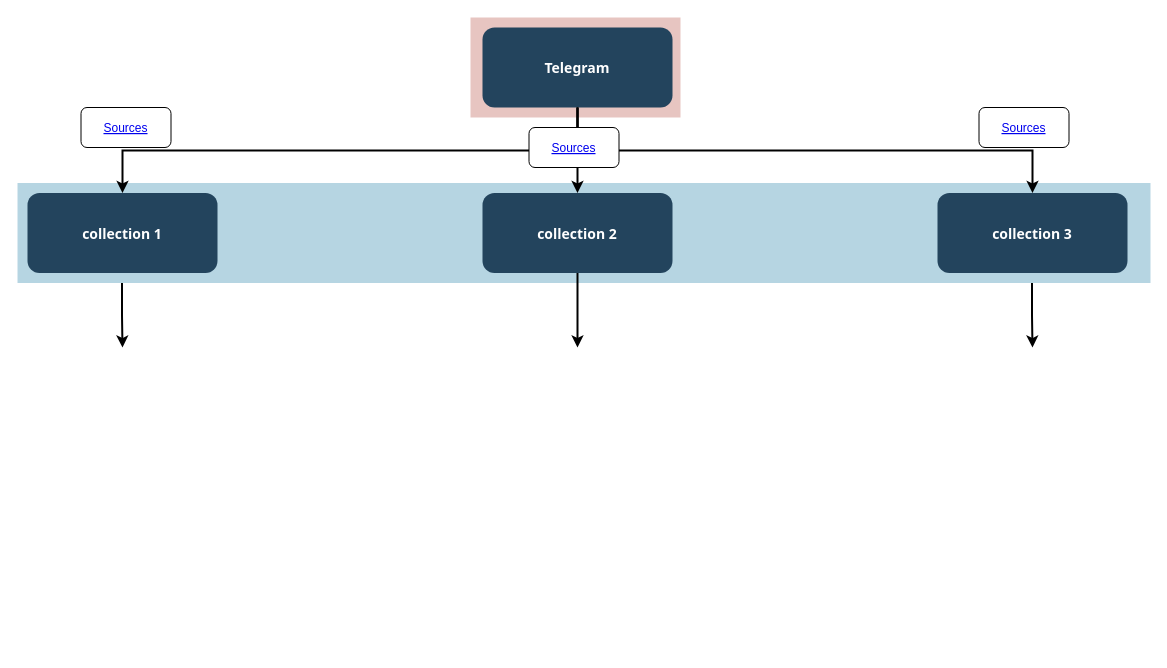
Earlier version of the draw.io diagram Step1.drawio (benborges/OSINTukraine-Diagram). Source tidied: cells renumbered, new cells numbered last; positions are measured from the earlier drawing's top-left corner, leaving out a move shared by most shapes. Both pictures are drawn from the tidied source at 100%, with x=0, y=0 at pixel (17, 17). Pictures stored in the file or linked from it are replaced by grey dashed boxes.
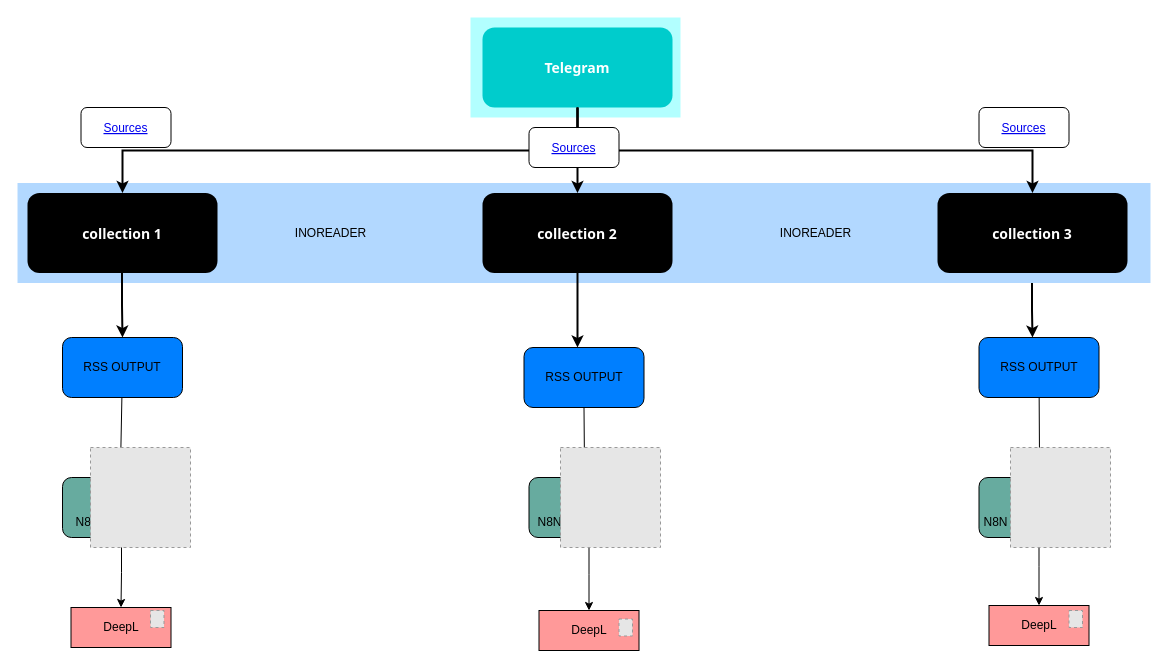
Above is the later version.

The edit, as a diff of the source:
```diff
@@
-    <mxCell id="2" style="fillColor=#AE4132;strokeColor=none;opacity=30;" parent="1" vertex="1">
+    <mxCell id="2" style="fillColor=#00FFFF;strokeColor=none;opacity=30;" parent="1" vertex="1">
       <mxGeometry x="453" width="210" height="100" as="geometry" />
     </mxCell>
-    <mxCell id="3" style="fillColor=#10739E;strokeColor=none;opacity=30;" parent="1" vertex="1">
+    <mxCell id="3" style="fillColor=#007FFF;strokeColor=none;opacity=30;" parent="1" vertex="1">
       <mxGeometry y="165.5" width="1133" height="100" as="geometry" />
     </mxCell>
-    <mxCell id="4" value="Telegram" style="rounded=1;fillColor=#23445D;gradientColor=none;strokeColor=none;fontColor=#FFFFFF;fontStyle=1;fontFamily=Tahoma;fontSize=14;" parent="1" vertex="1">
+    <mxCell id="4" value="Telegram" style="rounded=1;fillColor=#00CCCC;gradientColor=none;strokeColor=none;fontColor=#FFFFFF;fontStyle=1;fontFamily=Tahoma;fontSize=14;" parent="1" vertex="1">
       <mxGeometry x="465" y="10" width="190" height="80" as="geometry" />
     </mxCell>
-    <mxCell id="5" value="collection 3" style="rounded=1;fillColor=#23445D;gradientColor=none;strokeColor=none;fontColor=#FFFFFF;fontStyle=1;fontFamily=Tahoma;fontSize=14;" parent="1" vertex="1">
+    <mxCell id="5" value="collection 3" style="rounded=1;fillColor=#000000;gradientColor=none;strokeColor=none;fontColor=#FFFFFF;fontStyle=1;fontFamily=Tahoma;fontSize=14;" parent="1" vertex="1">
       <mxGeometry x="920" y="175.5" width="190" height="80" as="geometry" />
     </mxCell>
@@
-    <mxCell id="7" value="collection 2" style="rounded=1;fillColor=#23445D;gradientColor=none;strokeColor=none;fontColor=#FFFFFF;fontStyle=1;fontFamily=Tahoma;fontSize=14;" parent="1" vertex="1">
+    <mxCell id="7" value="collection 2" style="rounded=1;fillColor=#000000;gradientColor=none;strokeColor=none;fontColor=#FFFFFF;fontStyle=1;fontFamily=Tahoma;fontSize=14;" parent="1" vertex="1">
       <mxGeometry x="465" y="175.5" width="190" height="80" as="geometry" />
     </mxCell>
-    <mxCell id="8" value="collection 1" style="rounded=1;fillColor=#23445D;gradientColor=none;strokeColor=none;fontColor=#FFFFFF;fontStyle=1;fontFamily=Tahoma;fontSize=14;" parent="1" vertex="1">
+    <mxCell id="8" value="collection 1" style="rounded=1;fillColor=#000000;gradientColor=none;strokeColor=none;fontColor=#FFFFFF;fontStyle=1;fontFamily=Tahoma;fontSize=14;" parent="1" vertex="1">
       <mxGeometry x="10" y="175.5" width="190" height="80" as="geometry" />
     </mxCell>
@@
     <mxCell id="15" style="edgeStyle=elbowEdgeStyle;elbow=vertical;strokeWidth=2;rounded=0;" parent="1" edge="1">
-      <mxGeometry x="-478.5" y="145.5" as="geometry">
-        <mxPoint x="104.5" y="265.5" as="sourcePoint" />
-        <mxPoint x="105" y="330" as="targetPoint" />
+      <mxGeometry x="-478.5" y="135.5" as="geometry">
+        <mxPoint x="104.5" y="255.5" as="sourcePoint" />
+        <mxPoint x="105" y="320" as="targetPoint" />
       </mxGeometry>
     </mxCell>
     <mxCell id="16" style="edgeStyle=elbowEdgeStyle;elbow=vertical;strokeWidth=2;rounded=0;" parent="1" edge="1">
       <mxGeometry x="431.5" y="145.5" as="geometry">
         <mxPoint x="1014.5" y="265.5" as="sourcePoint" />
-        <mxPoint x="1015" y="330" as="targetPoint" />
+        <mxPoint x="1015" y="320" as="targetPoint" />
       </mxGeometry>
     </mxCell>
+    <mxCell id="17" value="RSS OUTPUT" style="rounded=1;whiteSpace=wrap;html=1;fillColor=#007FFF;" parent="1" vertex="1">
+      <mxGeometry x="506.5" y="330" width="120" height="60" as="geometry" />
+    </mxCell>
+    <mxCell id="18" value="&lt;div&gt;RSS OUTPUT&lt;/div&gt;" style="rounded=1;whiteSpace=wrap;html=1;fillColor=#007FFF;" parent="1" vertex="1">
+      <mxGeometry x="961.5" y="320" width="120" height="60" as="geometry" />
+    </mxCell>
+    <mxCell id="19" value="RSS OUTPUT" style="rounded=1;whiteSpace=wrap;html=1;fillColor=#007FFF;" parent="1" vertex="1">
+      <mxGeometry x="45" y="320" width="120" height="60" as="geometry" />
+    </mxCell>
+    <mxCell id="20" value="INOREADER" style="text;html=1;align=center;verticalAlign=middle;fillColor=none;strokeColor=none;rounded=0;" parent="1" vertex="1">
+      <mxGeometry x="268" y="200.5" width="90" height="30" as="geometry" />
+    </mxCell>
+    <mxCell id="21" style="rounded=1;whiteSpace=wrap;html=1;fillColor=#67AB9F;" parent="1" vertex="1">
+      <mxGeometry x="511.5" y="460" width="120" height="60" as="geometry" />
+    </mxCell>
+    <mxCell id="22" style="edgeStyle=none;jettySize=auto;html=1;rounded=0;exitX=0.5;exitY=1;exitDx=0;exitDy=0;" parent="1" edge="1" source="17">
+      <mxGeometry relative="1" as="geometry">
+        <mxPoint x="567" y="450" as="targetPoint" />
+      </mxGeometry>
+    </mxCell>
+    <mxCell id="23" value="N8N" style="text;html=1;align=center;verticalAlign=middle;fillColor=none;strokeColor=none;rounded=0;" parent="1" vertex="1">
+      <mxGeometry x="506.5" y="490" width="50" height="30" as="geometry" />
+    </mxCell>
+    <mxCell id="24" style="endArrow=classic;html=1;rounded=0;" parent="1" edge="1" source="19">
+      <mxGeometry relative="1" as="geometry">
+        <mxPoint x="103" y="450" as="targetPoint" />
+      </mxGeometry>
+    </mxCell>
+    <mxCell id="25" style="endArrow=classic;html=1;rounded=0;" parent="1" edge="1" source="18">
+      <mxGeometry relative="1" as="geometry">
+        <mxPoint x="1022" y="440" as="targetPoint" />
+      </mxGeometry>
+    </mxCell>
+    <mxCell id="26" value="INOREADER" style="text;html=1;align=center;verticalAlign=middle;fillColor=none;strokeColor=none;rounded=0;" parent="1" vertex="1">
+      <mxGeometry x="753" y="200.5" width="90" height="30" as="geometry" />
+    </mxCell>
+    <mxCell id="27" style="edgeStyle=elbowEdgeStyle;elbow=vertical;html=1;rounded=0;" parent="1" edge="1" target="28">
+      <mxGeometry relative="1" as="geometry">
+        <mxPoint x="571.5" y="520" as="sourcePoint" />
+      </mxGeometry>
+    </mxCell>
+    <mxCell id="28" value="DeepL" style="whiteSpace=wrap;html=1;fillColor=#FF9999;" parent="1" vertex="1">
+      <mxGeometry x="521.5" y="593" width="100" height="40" as="geometry" />
+    </mxCell>
+    <mxCell id="29" style="rounded=1;whiteSpace=wrap;html=1;fillColor=#67AB9F;" parent="1" vertex="1">
+      <mxGeometry x="961.5" y="460" width="120" height="60" as="geometry" />
+    </mxCell>
+    <mxCell id="30" value="N8N" style="text;html=1;align=center;verticalAlign=middle;fillColor=none;strokeColor=none;rounded=0;" parent="1" vertex="1">
+      <mxGeometry x="953" y="490" width="50" height="30" as="geometry" />
+    </mxCell>
+    <mxCell id="31" style="edgeStyle=elbowEdgeStyle;elbow=vertical;html=1;rounded=0;" parent="1" edge="1" target="32">
+      <mxGeometry relative="1" as="geometry">
+        <mxPoint x="104" y="520" as="sourcePoint" />
+      </mxGeometry>
+    </mxCell>
+    <mxCell id="32" value="DeepL" style="whiteSpace=wrap;html=1;fillColor=#FF9999;" parent="1" vertex="1">
+      <mxGeometry x="53.5" y="590" width="100" height="40" as="geometry" />
+    </mxCell>
+    <mxCell id="33" style="edgeStyle=elbowEdgeStyle;elbow=vertical;html=1;rounded=0;" parent="1" edge="1" target="34">
+      <mxGeometry relative="1" as="geometry">
+        <mxPoint x="1021.5" y="510" as="sourcePoint" />
+      </mxGeometry>
+    </mxCell>
+    <mxCell id="34" value="DeepL" style="whiteSpace=wrap;html=1;fillColor=#FF9999;" parent="1" vertex="1">
+      <mxGeometry x="971.5" y="588" width="100" height="40" as="geometry" />
+    </mxCell>
+    <mxCell id="35" style="rounded=1;whiteSpace=wrap;html=1;fillColor=#67AB9F;" parent="1" vertex="1">
+      <mxGeometry x="45" y="460" width="120" height="60" as="geometry" />
+    </mxCell>
+    <mxCell id="36" value="N8N" style="text;html=1;align=center;verticalAlign=middle;fillColor=none;strokeColor=none;rounded=0;" parent="1" vertex="1">
+      <mxGeometry x="45" y="490" width="50" height="30" as="geometry" />
+    </mxCell>
+    <mxCell id="37" style="fillColor=#E6E6E6;strokeColor=#999999;dashed=1;verticalLabelPosition=bottom;verticalAlign=top;" parent="1" vertex="1">
+      <mxGeometry x="993" y="430" width="100" height="100" as="geometry" />
+    </mxCell>
+    <mxCell id="38" style="fillColor=#E6E6E6;strokeColor=#999999;dashed=1;verticalLabelPosition=bottom;verticalAlign=top;" parent="1" vertex="1">
+      <mxGeometry x="73" y="430" width="100" height="100" as="geometry" />
+    </mxCell>
+    <mxCell id="39" style="fillColor=#E6E6E6;strokeColor=#999999;dashed=1;verticalLabelPosition=bottom;verticalAlign=top;" parent="1" vertex="1">
+      <mxGeometry x="543" y="430" width="100" height="100" as="geometry" />
+    </mxCell>
+    <mxCell id="40" style="fillColor=#E6E6E6;strokeColor=#999999;dashed=1;verticalLabelPosition=bottom;verticalAlign=top;" parent="1" vertex="1">
+      <mxGeometry x="133" y="593" width="13.5" height="17" as="geometry" />
+    </mxCell>
+    <mxCell id="41" style="fillColor=#E6E6E6;strokeColor=#999999;dashed=1;verticalLabelPosition=bottom;verticalAlign=top;" parent="1" vertex="1">
+      <mxGeometry x="1051.5" y="593" width="13.5" height="17" as="geometry" />
+    </mxCell>
+    <mxCell id="42" style="fillColor=#E6E6E6;strokeColor=#999999;dashed=1;verticalLabelPosition=bottom;verticalAlign=top;" parent="1" vertex="1">
+      <mxGeometry x="601.5" y="601.5" width="13.5" height="17" as="geometry" />
+    </mxCell>
```
